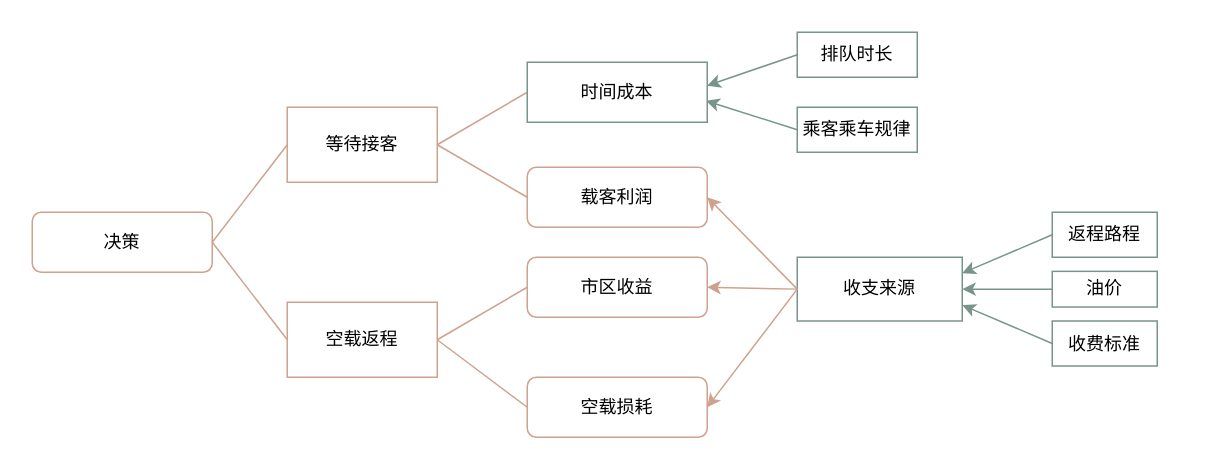
Earlier version of the draw.io diagram flowgraph/2019C2.drawio (RyunMi/Math-model-code). Source tidied: cells renumbered, new cells numbered last; positions are measured from the earlier drawing's top-left corner, leaving out a move shared by most shapes. Both pictures are drawn from the tidied source at 150%, with x=0, y=0 at pixel (32, 32).
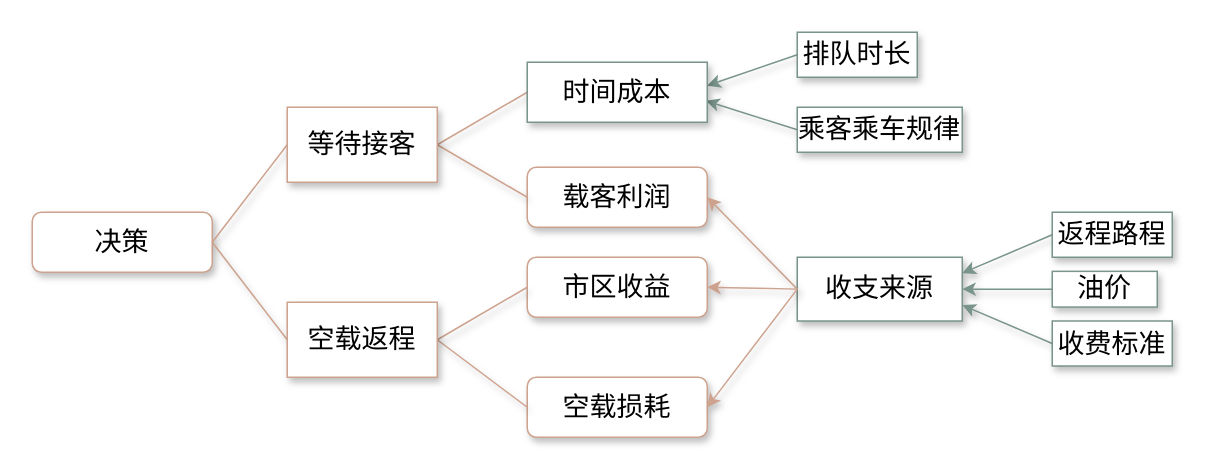
The same page after the edit.

The edit, as a diff of the source:
```diff
@@
-    <mxCell id="2" value="决策" style="rounded=1;whiteSpace=wrap;html=1;fontSize=12;glass=0;strokeWidth=1;shadow=0;strokeColor=#CDA28E;" parent="1" vertex="1">
+    <mxCell id="2" value="&lt;font style=&quot;font-size: 18px&quot;&gt;决策&lt;/font&gt;" style="rounded=1;whiteSpace=wrap;html=1;fontSize=12;glass=0;strokeWidth=1;shadow=1;strokeColor=#CDA28E;" parent="1" vertex="1">
       <mxGeometry y="120" width="120" height="40" as="geometry" />
     </mxCell>
-    <mxCell id="3" style="endArrow=none;html=1;exitX=1;exitY=0.5;exitDx=0;exitDy=0;entryX=0;entryY=0.5;entryDx=0;entryDy=0;strokeColor=#CDA28E;" parent="1" edge="1" source="18" target="20">
+    <mxCell id="3" style="endArrow=none;html=1;exitX=1;exitY=0.5;exitDx=0;exitDy=0;entryX=0;entryY=0.5;entryDx=0;entryDy=0;strokeColor=#CDA28E;shadow=1;" parent="1" edge="1" source="18" target="20">
       <mxGeometry relative="1" as="geometry" />
     </mxCell>
-    <mxCell id="4" value="载客利润" style="rounded=1;whiteSpace=wrap;html=1;fontSize=12;glass=0;strokeWidth=1;shadow=0;strokeColor=#CDA28E;" parent="1" vertex="1">
+    <mxCell id="4" value="&lt;font style=&quot;font-size: 18px&quot;&gt;载客利润&lt;/font&gt;" style="rounded=1;whiteSpace=wrap;html=1;fontSize=12;glass=0;strokeWidth=1;shadow=1;strokeColor=#CDA28E;" parent="1" vertex="1">
       <mxGeometry x="330" y="90" width="120" height="40" as="geometry" />
     </mxCell>
-    <mxCell id="5" style="endArrow=none;html=1;entryX=0;entryY=0.5;entryDx=0;entryDy=0;exitX=1;exitY=0.5;exitDx=0;exitDy=0;strokeColor=#CDA28E;" parent="1" edge="1" source="18" target="4">
+    <mxCell id="5" style="endArrow=none;html=1;entryX=0;entryY=0.5;entryDx=0;entryDy=0;exitX=1;exitY=0.5;exitDx=0;exitDy=0;strokeColor=#CDA28E;shadow=1;" parent="1" edge="1" source="18" target="4">
       <mxGeometry relative="1" as="geometry" />
     </mxCell>
-    <mxCell id="6" style="endArrow=none;html=1;exitX=1;exitY=0.5;exitDx=0;exitDy=0;entryX=0;entryY=0.5;entryDx=0;entryDy=0;strokeColor=#CDA28E;" parent="1" edge="1" source="2" target="18">
+    <mxCell id="6" style="endArrow=none;html=1;exitX=1;exitY=0.5;exitDx=0;exitDy=0;entryX=0;entryY=0.5;entryDx=0;entryDy=0;strokeColor=#CDA28E;shadow=1;" parent="1" edge="1" source="2" target="18">
       <mxGeometry relative="1" as="geometry" />
     </mxCell>
-    <mxCell id="7" style="endArrow=none;html=1;entryX=0;entryY=0.5;entryDx=0;entryDy=0;exitX=1;exitY=0.5;exitDx=0;exitDy=0;strokeColor=#CDA28E;" parent="1" edge="1" source="2" target="19">
+    <mxCell id="7" style="endArrow=none;html=1;entryX=0;entryY=0.5;entryDx=0;entryDy=0;exitX=1;exitY=0.5;exitDx=0;exitDy=0;strokeColor=#CDA28E;shadow=1;" parent="1" edge="1" source="2" target="19">
       <mxGeometry relative="1" as="geometry" />
     </mxCell>
-    <mxCell id="8" value="市区收益" style="rounded=1;whiteSpace=wrap;html=1;fontSize=12;glass=0;strokeWidth=1;shadow=0;strokeColor=#CDA28E;" parent="1" vertex="1">
+    <mxCell id="8" value="&lt;font style=&quot;font-size: 18px&quot;&gt;市区收益&lt;/font&gt;" style="rounded=1;whiteSpace=wrap;html=1;fontSize=12;glass=0;strokeWidth=1;shadow=1;strokeColor=#CDA28E;" parent="1" vertex="1">
       <mxGeometry x="330" y="150" width="120" height="40" as="geometry" />
     </mxCell>
-    <mxCell id="9" style="endArrow=none;html=1;exitX=1;exitY=0.5;exitDx=0;exitDy=0;entryX=0;entryY=0.5;entryDx=0;entryDy=0;strokeColor=#CDA28E;" parent="1" edge="1" source="19" target="8">
+    <mxCell id="9" style="endArrow=none;html=1;exitX=1;exitY=0.5;exitDx=0;exitDy=0;entryX=0;entryY=0.5;entryDx=0;entryDy=0;strokeColor=#CDA28E;shadow=1;" parent="1" edge="1" source="19" target="8">
       <mxGeometry relative="1" as="geometry" />
     </mxCell>
-    <mxCell id="10" value="空载损耗" style="rounded=1;whiteSpace=wrap;html=1;fontSize=12;glass=0;strokeWidth=1;shadow=0;strokeColor=#CDA28E;" parent="1" vertex="1">
+    <mxCell id="10" value="&lt;font style=&quot;font-size: 18px&quot;&gt;空载损耗&lt;/font&gt;" style="rounded=1;whiteSpace=wrap;html=1;fontSize=12;glass=0;strokeWidth=1;shadow=1;strokeColor=#CDA28E;" parent="1" vertex="1">
       <mxGeometry x="330" y="230" width="120" height="40" as="geometry" />
     </mxCell>
-    <mxCell id="11" style="endArrow=none;html=1;entryX=0;entryY=0.5;entryDx=0;entryDy=0;exitX=1;exitY=0.5;exitDx=0;exitDy=0;strokeColor=#CDA28E;" parent="1" edge="1" source="19" target="10">
+    <mxCell id="11" style="endArrow=none;html=1;entryX=0;entryY=0.5;entryDx=0;entryDy=0;exitX=1;exitY=0.5;exitDx=0;exitDy=0;strokeColor=#CDA28E;shadow=1;" parent="1" edge="1" source="19" target="10">
       <mxGeometry relative="1" as="geometry" />
     </mxCell>
-    <mxCell id="12" style="endArrow=classic;html=1;entryX=1;entryY=0.39;entryDx=0;entryDy=0;exitX=0;exitY=0.5;exitDx=0;exitDy=0;entryPerimeter=0;strokeColor=#79948B;" parent="1" edge="1" source="25" target="20">
+    <mxCell id="12" style="endArrow=classic;html=1;entryX=1;entryY=0.39;entryDx=0;entryDy=0;exitX=0;exitY=0.5;exitDx=0;exitDy=0;entryPerimeter=0;strokeColor=#79948B;shadow=1;" parent="1" edge="1" source="25" target="20">
       <mxGeometry relative="1" as="geometry" />
     </mxCell>
-    <mxCell id="13" style="endArrow=classic;html=1;entryX=0.993;entryY=0.643;entryDx=0;entryDy=0;exitX=0;exitY=0.5;exitDx=0;exitDy=0;entryPerimeter=0;strokeColor=#79948B;" parent="1" edge="1" source="26" target="20">
+    <mxCell id="13" style="endArrow=classic;html=1;entryX=0.993;entryY=0.643;entryDx=0;entryDy=0;exitX=0;exitY=0.5;exitDx=0;exitDy=0;entryPerimeter=0;strokeColor=#79948B;shadow=1;" parent="1" edge="1" source="26" target="20">
       <mxGeometry relative="1" as="geometry" />
     </mxCell>
-    <mxCell id="14" value="收支来源" style="rounded=0;whiteSpace=wrap;html=1;strokeColor=#79948B;" parent="1" vertex="1">
+    <mxCell id="14" value="&lt;font style=&quot;font-size: 18px&quot;&gt;收支来源&lt;/font&gt;" style="rounded=0;whiteSpace=wrap;html=1;strokeColor=#79948B;shadow=1;" parent="1" vertex="1">
       <mxGeometry x="510" y="150" width="110" height="42.5" as="geometry" />
     </mxCell>
-    <mxCell id="15" style="endArrow=classic;html=1;entryX=1;entryY=0.5;entryDx=0;entryDy=0;exitX=0;exitY=0.5;exitDx=0;exitDy=0;strokeColor=#CDA28E;" parent="1" edge="1" source="14" target="4">
+    <mxCell id="15" style="endArrow=classic;html=1;entryX=1;entryY=0.5;entryDx=0;entryDy=0;exitX=0;exitY=0.5;exitDx=0;exitDy=0;strokeColor=#CDA28E;shadow=1;" parent="1" edge="1" source="14" target="4">
       <mxGeometry relative="1" as="geometry" />
     </mxCell>
-    <mxCell id="16" style="endArrow=classic;html=1;entryX=1;entryY=0.5;entryDx=0;entryDy=0;exitX=0;exitY=0.5;exitDx=0;exitDy=0;strokeColor=#CDA28E;" parent="1" edge="1" source="14" target="8">
+    <mxCell id="16" style="endArrow=classic;html=1;entryX=1;entryY=0.5;entryDx=0;entryDy=0;exitX=0;exitY=0.5;exitDx=0;exitDy=0;strokeColor=#CDA28E;shadow=1;" parent="1" edge="1" source="14" target="8">
       <mxGeometry relative="1" as="geometry" />
     </mxCell>
-    <mxCell id="17" style="endArrow=classic;html=1;entryX=1;entryY=0.5;entryDx=0;entryDy=0;exitX=0;exitY=0.5;exitDx=0;exitDy=0;strokeColor=#CDA28E;" parent="1" edge="1" source="14" target="10">
+    <mxCell id="17" style="endArrow=classic;html=1;entryX=1;entryY=0.5;entryDx=0;entryDy=0;exitX=0;exitY=0.5;exitDx=0;exitDy=0;strokeColor=#CDA28E;shadow=1;" parent="1" edge="1" source="14" target="10">
       <mxGeometry relative="1" as="geometry" />
     </mxCell>
-    <mxCell id="18" value="等待接客" style="rounded=0;whiteSpace=wrap;html=1;strokeColor=#CDA28E;" parent="1" vertex="1">
+    <mxCell id="18" value="&lt;font style=&quot;font-size: 18px&quot;&gt;等待接客&lt;/font&gt;" style="rounded=0;whiteSpace=wrap;html=1;strokeColor=#CDA28E;shadow=1;" parent="1" vertex="1">
       <mxGeometry x="170" y="50" width="100" height="50" as="geometry" />
     </mxCell>
-    <mxCell id="19" value="空载返程" style="rounded=0;whiteSpace=wrap;html=1;strokeColor=#CDA28E;" parent="1" vertex="1">
+    <mxCell id="19" value="&lt;font style=&quot;font-size: 18px&quot;&gt;空载返程&lt;/font&gt;" style="rounded=0;whiteSpace=wrap;html=1;strokeColor=#CDA28E;shadow=1;" parent="1" vertex="1">
       <mxGeometry x="170" y="180" width="100" height="50" as="geometry" />
     </mxCell>
-    <mxCell id="20" value="时间成本" style="rounded=0;whiteSpace=wrap;html=1;fillColor=#FFFFFF;strokeColor=#79948B;" parent="1" vertex="1">
+    <mxCell id="20" value="&lt;font style=&quot;font-size: 18px&quot;&gt;时间成本&lt;/font&gt;" style="rounded=0;whiteSpace=wrap;html=1;fillColor=#FFFFFF;strokeColor=#79948B;shadow=1;" parent="1" vertex="1">
       <mxGeometry x="330" y="20" width="120" height="40" as="geometry" />
     </mxCell>
-    <mxCell id="21" style="endArrow=classic;html=1;entryX=1;entryY=0.25;entryDx=0;entryDy=0;exitX=0;exitY=0.5;exitDx=0;exitDy=0;strokeColor=#79948B;" parent="1" edge="1" source="27" target="14">
+    <mxCell id="21" style="endArrow=classic;html=1;entryX=1;entryY=0.25;entryDx=0;entryDy=0;exitX=0;exitY=0.5;exitDx=0;exitDy=0;strokeColor=#79948B;shadow=1;" parent="1" edge="1" source="27" target="14">
       <mxGeometry relative="1" as="geometry" />
     </mxCell>
-    <mxCell id="22" style="edgeStyle=orthogonalEdgeStyle;rounded=0;orthogonalLoop=1;jettySize=auto;html=1;exitX=0.5;exitY=1;exitDx=0;exitDy=0;" parent="1" edge="1">
+    <mxCell id="22" style="edgeStyle=orthogonalEdgeStyle;rounded=0;orthogonalLoop=1;jettySize=auto;html=1;exitX=0.5;exitY=1;exitDx=0;exitDy=0;shadow=1;" parent="1" edge="1">
       <mxGeometry relative="1" as="geometry">
         <mxPoint x="705" y="140" as="sourcePoint" />
         <mxPoint x="705" y="140" as="targetPoint" />
       </mxGeometry>
     </mxCell>
-    <mxCell id="23" style="endArrow=classic;html=1;exitX=0;exitY=0.5;exitDx=0;exitDy=0;entryX=1;entryY=0.5;entryDx=0;entryDy=0;strokeColor=#79948B;" parent="1" edge="1" source="28" target="14">
+    <mxCell id="23" style="endArrow=classic;html=1;exitX=0;exitY=0.5;exitDx=0;exitDy=0;entryX=1;entryY=0.5;entryDx=0;entryDy=0;strokeColor=#79948B;shadow=1;" parent="1" edge="1" source="28" target="14">
       <mxGeometry relative="1" as="geometry" />
     </mxCell>
-    <mxCell id="24" style="endArrow=classic;html=1;exitX=0;exitY=0.5;exitDx=0;exitDy=0;strokeColor=#79948B;entryX=1;entryY=0.75;entryDx=0;entryDy=0;" parent="1" edge="1" source="29" target="14">
+    <mxCell id="24" style="endArrow=classic;html=1;exitX=0;exitY=0.5;exitDx=0;exitDy=0;strokeColor=#79948B;entryX=1;entryY=0.75;entryDx=0;entryDy=0;shadow=1;" parent="1" edge="1" source="29" target="14">
       <mxGeometry relative="1" as="geometry" />
     </mxCell>
-    <mxCell id="25" value="&lt;span&gt;排队时长&lt;/span&gt;" style="rounded=0;whiteSpace=wrap;html=1;strokeColor=#79948B;fillColor=#FFFFFF;" parent="1" vertex="1">
+    <mxCell id="25" value="&lt;span&gt;&lt;font style=&quot;font-size: 18px&quot;&gt;排队时长&lt;/font&gt;&lt;/span&gt;" style="rounded=0;whiteSpace=wrap;html=1;strokeColor=#79948B;fillColor=#FFFFFF;shadow=1;" parent="1" vertex="1">
       <mxGeometry x="510" width="80" height="30" as="geometry" />
     </mxCell>
-    <mxCell id="26" value="&lt;span&gt;乘客乘车规律&lt;/span&gt;" style="rounded=0;whiteSpace=wrap;html=1;strokeColor=#79948B;fillColor=#FFFFFF;" parent="1" vertex="1">
-      <mxGeometry x="510" y="50" width="80" height="30" as="geometry" />
+    <mxCell id="26" value="&lt;span&gt;&lt;font style=&quot;font-size: 18px&quot;&gt;乘客乘车规律&lt;/font&gt;&lt;/span&gt;" style="rounded=0;whiteSpace=wrap;html=1;strokeColor=#79948B;fillColor=#FFFFFF;shadow=1;" parent="1" vertex="1">
+      <mxGeometry x="510" y="50" width="110" height="30" as="geometry" />
     </mxCell>
-    <mxCell id="27" value="&lt;span&gt;返程路程&lt;/span&gt;" style="rounded=0;whiteSpace=wrap;html=1;strokeColor=#79948B;fillColor=#FFFFFF;" parent="1" vertex="1">
-      <mxGeometry x="680" y="120" width="70" height="30" as="geometry" />
+    <mxCell id="27" value="&lt;span&gt;&lt;font style=&quot;font-size: 18px&quot;&gt;返程路程&lt;/font&gt;&lt;/span&gt;" style="rounded=0;whiteSpace=wrap;html=1;strokeColor=#79948B;fillColor=#FFFFFF;shadow=1;" parent="1" vertex="1">
+      <mxGeometry x="680" y="120" width="80" height="30" as="geometry" />
     </mxCell>
-    <mxCell id="28" value="&lt;span&gt;油价&lt;/span&gt;" style="rounded=0;whiteSpace=wrap;html=1;strokeColor=#79948B;fillColor=#FFFFFF;" parent="1" vertex="1">
+    <mxCell id="28" value="&lt;span&gt;&lt;font style=&quot;font-size: 18px&quot;&gt;油价&lt;/font&gt;&lt;/span&gt;" style="rounded=0;whiteSpace=wrap;html=1;strokeColor=#79948B;fillColor=#FFFFFF;shadow=1;" parent="1" vertex="1">
       <mxGeometry x="680" y="159.4" width="70" height="23.8" as="geometry" />
     </mxCell>
-    <mxCell id="29" value="&lt;span&gt;收费标准&lt;/span&gt;" style="rounded=0;whiteSpace=wrap;html=1;strokeColor=#79948B;fillColor=#FFFFFF;" parent="1" vertex="1">
-      <mxGeometry x="680" y="192.5" width="70" height="30" as="geometry" />
+    <mxCell id="29" value="&lt;span&gt;&lt;font style=&quot;font-size: 18px&quot;&gt;收费标准&lt;/font&gt;&lt;/span&gt;" style="rounded=0;whiteSpace=wrap;html=1;strokeColor=#79948B;fillColor=#FFFFFF;shadow=1;" parent="1" vertex="1">
+      <mxGeometry x="680" y="192.5" width="80" height="30" as="geometry" />
     </mxCell>
```
